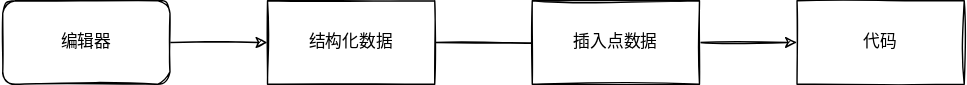
Before: docs/06_architecture/LowCode.svg, a diagram exported from draw.io (mnzhouguo/zgdoc_management2). Source tidied: cells renumbered, new cells last; positions are measured from the earlier drawing's top-left corner, leaving out a move shared by most shapes.
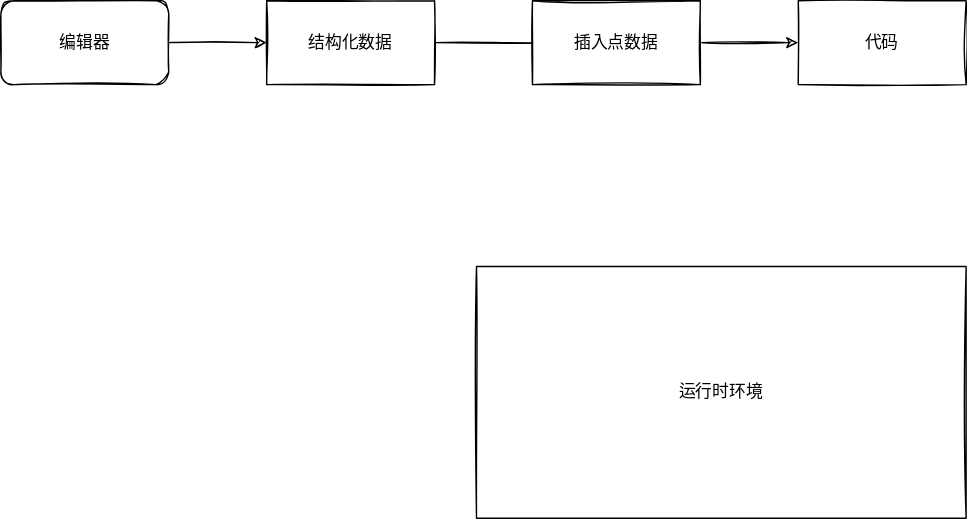
The same file after the commit.

Change to the diagram source:
```diff
@@ -25,5 +25,8 @@
     <mxCell id="8" value="代码" style="whiteSpace=wrap;html=1;rounded=0;sketch=1;" parent="1" vertex="1">
       <mxGeometry x="570" width="120" height="60" as="geometry" />
     </mxCell>
+    <mxCell id="9" value="运行时环境" style="rounded=0;whiteSpace=wrap;html=1;sketch=1;" parent="1" vertex="1">
+      <mxGeometry x="340" y="190" width="350" height="180" as="geometry" />
+    </mxCell>
   </root>
 </mxGraphModel>
```
